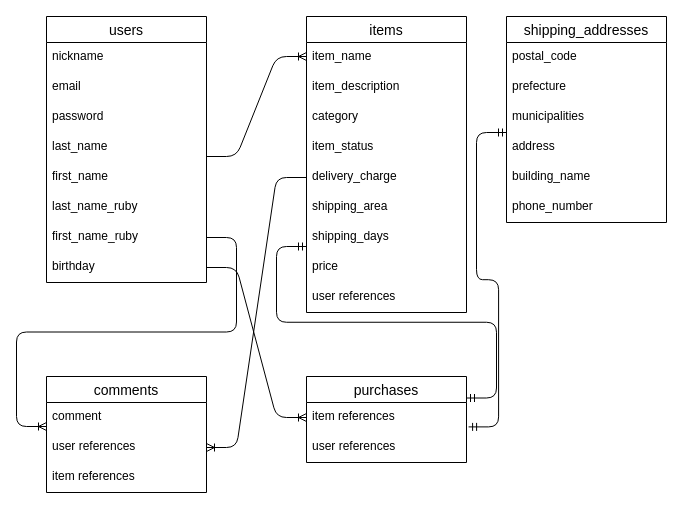
kenta-1207/furima-34344 keeps this draw.io diagram as furima.dio. Above is the earlier version. Source tidied: cells renumbered, new cells numbered last; positions are measured from the earlier drawing's top-left corner, leaving out a move shared by most shapes. Both pictures are drawn from the tidied source at 100%, with x=0, y=0 at pixel (46, 16).
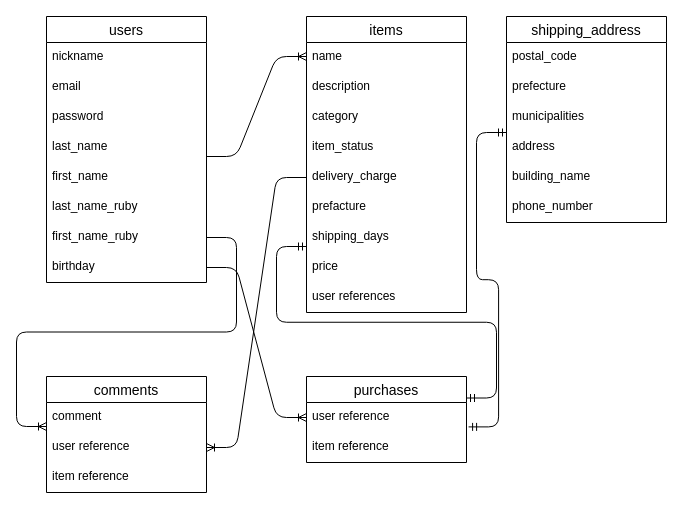
The same page after the edit.

Commit message (it also covers changes not shown here):
指摘箇所修正４

Unchanged cells that the change refers to:
```xml
<mxCell id="11" value="items" style="swimlane;fontStyle=0;horizontal=1;startSize=26;align=center;fontSize=14;" parent="1" vertex="1">
  <mxGeometry x="260" width="160" height="296" as="geometry" />
</mxCell>
<mxCell id="22" value="purchases" style="swimlane;fontStyle=0;horizontal=1;startSize=26;align=center;fontSize=14;" parent="1" vertex="1">
  <mxGeometry x="260" y="360" width="160" height="86" as="geometry" />
</mxCell>
<mxCell id="32" value="comments" style="swimlane;fontStyle=0;horizontal=1;startSize=26;align=center;fontSize=14;" parent="1" vertex="1">
  <mxGeometry y="360" width="160" height="116" as="geometry" />
</mxCell>
```

Change to the diagram source:
```diff
@@
-    <mxCell id="12" value="item_name" style="text;strokeColor=none;fillColor=none;spacingLeft=4;spacingRight=4;overflow=hidden;fontSize=12;" parent="11" vertex="1">
+    <mxCell id="12" value="name" style="text;strokeColor=none;fillColor=none;spacingLeft=4;spacingRight=4;overflow=hidden;fontSize=12;" parent="11" vertex="1">
       <mxGeometry y="26" width="160" height="30" as="geometry" />
     </mxCell>
-    <mxCell id="13" value="item_description" style="text;strokeColor=none;fillColor=none;spacingLeft=4;spacingRight=4;overflow=hidden;fontSize=12;" parent="11" vertex="1">
+    <mxCell id="13" value="description" style="text;strokeColor=none;fillColor=none;spacingLeft=4;spacingRight=4;overflow=hidden;fontSize=12;" parent="11" vertex="1">
       <mxGeometry y="56" width="160" height="30" as="geometry" />
     </mxCell>
@@
-    <mxCell id="18" value="shipping_area" style="text;strokeColor=none;fillColor=none;spacingLeft=4;spacingRight=4;overflow=hidden;fontSize=12;" parent="11" vertex="1">
+    <mxCell id="18" value="prefacture" style="text;strokeColor=none;fillColor=none;spacingLeft=4;spacingRight=4;overflow=hidden;fontSize=12;" parent="11" vertex="1">
       <mxGeometry y="176" width="160" height="30" as="geometry" />
     </mxCell>
@@
-    <mxCell id="23" value="item references" style="text;strokeColor=none;fillColor=none;spacingLeft=4;spacingRight=4;overflow=hidden;fontSize=12;" parent="22" vertex="1">
+    <mxCell id="23" value="user reference" style="text;strokeColor=none;fillColor=none;spacingLeft=4;spacingRight=4;overflow=hidden;fontSize=12;" parent="22" vertex="1">
       <mxGeometry y="26" width="160" height="30" as="geometry" />
     </mxCell>
-    <mxCell id="24" value="user references" style="text;strokeColor=none;fillColor=none;spacingLeft=4;spacingRight=4;overflow=hidden;fontSize=12;" parent="22" vertex="1">
+    <mxCell id="24" value="item reference" style="text;strokeColor=none;fillColor=none;spacingLeft=4;spacingRight=4;overflow=hidden;fontSize=12;" parent="22" vertex="1">
       <mxGeometry y="56" width="160" height="30" as="geometry" />
     </mxCell>
-    <mxCell id="25" value="shipping_addresses" style="swimlane;fontStyle=0;horizontal=1;startSize=26;align=center;fontSize=14;" parent="1" vertex="1">
+    <mxCell id="25" value="shipping_address" style="swimlane;fontStyle=0;horizontal=1;startSize=26;align=center;fontSize=14;" parent="1" vertex="1">
       <mxGeometry x="460" width="160" height="206" as="geometry" />
     </mxCell>
@@
-    <mxCell id="34" value="user references" style="text;strokeColor=none;fillColor=none;spacingLeft=4;spacingRight=4;overflow=hidden;points=[[0,0.5],[1,0.5]];portConstraint=eastwest;fontSize=12;" parent="32" vertex="1">
+    <mxCell id="34" value="user reference" style="text;strokeColor=none;fillColor=none;spacingLeft=4;spacingRight=4;overflow=hidden;points=[[0,0.5],[1,0.5]];portConstraint=eastwest;fontSize=12;" parent="32" vertex="1">
       <mxGeometry y="56" width="160" height="30" as="geometry" />
     </mxCell>
-    <mxCell id="35" value="item references" style="text;strokeColor=none;fillColor=none;spacingLeft=4;spacingRight=4;overflow=hidden;fontSize=12;" parent="32" vertex="1">
+    <mxCell id="35" value="item reference" style="text;strokeColor=none;fillColor=none;spacingLeft=4;spacingRight=4;overflow=hidden;fontSize=12;" parent="32" vertex="1">
       <mxGeometry y="86" width="160" height="30" as="geometry" />
     </mxCell>
```
